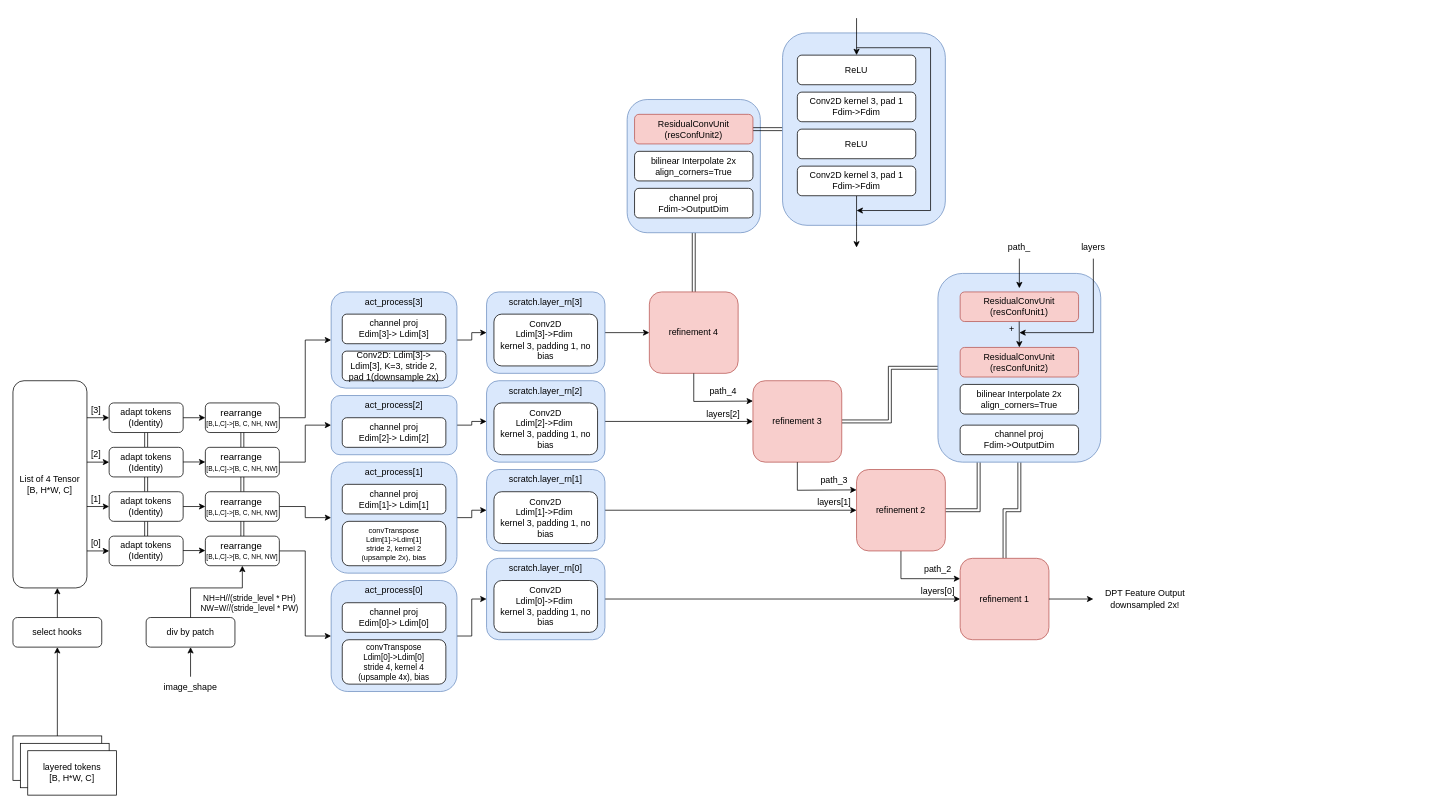
Above: uniception_network_fulltrace.drawio in infinity1096/CV-network-fulltrace (draw.io), before the change. Source tidied: cells renumbered, new cells numbered last; positions are measured from the earlier drawing's top-left corner, leaving out a move shared by most shapes. Both pictures are drawn from the tidied source at 74%, with x=0, y=0 at pixel (13, 18).
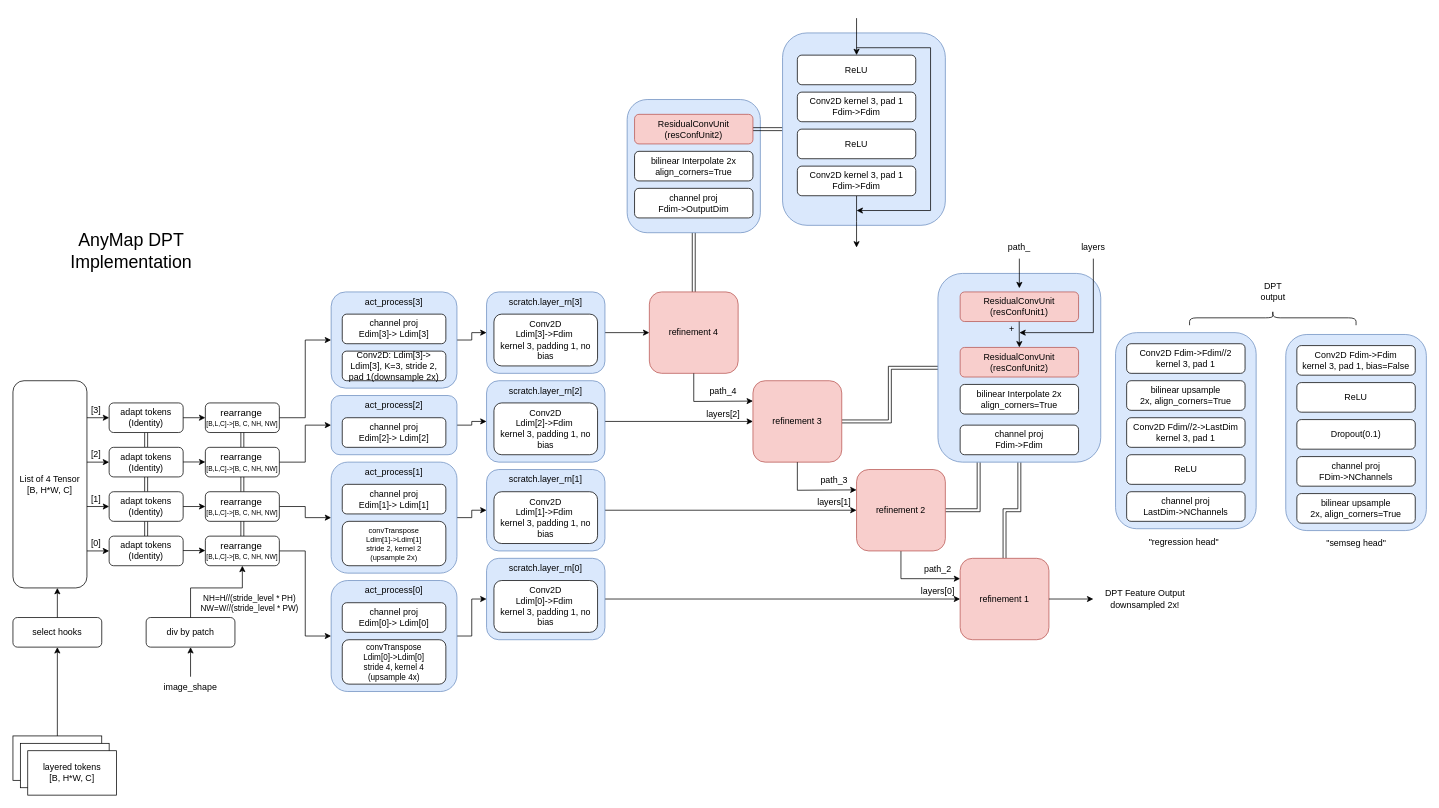
After the change.

What changed in the source:
```diff
@@
-    <mxCell id="53" value="&lt;font style=&quot;font-size: 11px;&quot;&gt;convTranspose&lt;/font&gt;&lt;div&gt;&lt;span style=&quot;font-size: 11px;&quot;&gt;Ldim[0]-&amp;gt;Ldim[0]&lt;br&gt;&lt;/span&gt;&lt;div style=&quot;font-size: 11px;&quot;&gt;&lt;font style=&quot;font-size: 11px;&quot;&gt;stride 4, kernel 4&lt;/font&gt;&lt;/div&gt;&lt;div style=&quot;font-size: 11px;&quot;&gt;&lt;font style=&quot;font-size: 11px;&quot;&gt;(upsample 4x), bias&lt;/font&gt;&lt;/div&gt;&lt;/div&gt;" style="rounded=1;whiteSpace=wrap;html=1;" parent="1" vertex="1">
+    <mxCell id="53" value="&lt;font style=&quot;font-size: 11px;&quot;&gt;convTranspose&lt;/font&gt;&lt;div&gt;&lt;span style=&quot;font-size: 11px;&quot;&gt;Ldim[0]-&amp;gt;Ldim[0]&lt;br&gt;&lt;/span&gt;&lt;div style=&quot;font-size: 11px;&quot;&gt;&lt;font style=&quot;font-size: 11px;&quot;&gt;stride 4, kernel 4&lt;/font&gt;&lt;/div&gt;&lt;div style=&quot;font-size: 11px;&quot;&gt;&lt;font style=&quot;font-size: 11px;&quot;&gt;(upsample 4x)&lt;/font&gt;&lt;/div&gt;&lt;/div&gt;" style="rounded=1;whiteSpace=wrap;html=1;" parent="1" vertex="1">
       <mxGeometry x="445" y="840" width="140" height="60" as="geometry" />
     </mxCell>
@@
-    <mxCell id="55" value="&lt;font style=&quot;font-size: 10px;&quot;&gt;convTranspose&lt;/font&gt;&lt;div style=&quot;font-size: 10px;&quot;&gt;&lt;font style=&quot;font-size: 10px;&quot;&gt;Ldim[1]-&amp;gt;Ldim[1]&lt;br&gt;&lt;/font&gt;&lt;div&gt;&lt;font style=&quot;font-size: 10px;&quot;&gt;stride 2, kernel 2&lt;/font&gt;&lt;/div&gt;&lt;div&gt;&lt;font style=&quot;font-size: 10px;&quot;&gt;(upsample 2x), bias&lt;/font&gt;&lt;/div&gt;&lt;/div&gt;" style="rounded=1;whiteSpace=wrap;html=1;" parent="1" vertex="1">
+    <mxCell id="55" value="&lt;font style=&quot;font-size: 10px;&quot;&gt;convTranspose&lt;/font&gt;&lt;div style=&quot;font-size: 10px;&quot;&gt;&lt;font style=&quot;font-size: 10px;&quot;&gt;Ldim[1]-&amp;gt;Ldim[1]&lt;br&gt;&lt;/font&gt;&lt;div&gt;&lt;font style=&quot;font-size: 10px;&quot;&gt;stride 2, kernel 2&lt;/font&gt;&lt;/div&gt;&lt;div&gt;&lt;font style=&quot;font-size: 10px;&quot;&gt;(upsample 2x)&lt;/font&gt;&lt;/div&gt;&lt;/div&gt;" style="rounded=1;whiteSpace=wrap;html=1;" parent="1" vertex="1">
       <mxGeometry x="445" y="680" width="140" height="60" as="geometry" />
     </mxCell>
@@
-    <mxCell id="111" value="channel proj&lt;div&gt;Fdim-&amp;gt;OutputDim&lt;/div&gt;" style="rounded=1;whiteSpace=wrap;html=1;" parent="1" vertex="1">
+    <mxCell id="111" value="channel proj&lt;div&gt;Fdim-&amp;gt;Fdim&lt;/div&gt;" style="rounded=1;whiteSpace=wrap;html=1;" parent="1" vertex="1">
       <mxGeometry x="1280" y="550" width="160" height="40" as="geometry" />
     </mxCell>
@@
+    <mxCell id="114" value="&lt;font style=&quot;font-size: 24px;&quot;&gt;AnyMap DPT Implementation&lt;/font&gt;" style="text;html=1;align=center;verticalAlign=middle;whiteSpace=wrap;rounded=0;" parent="1" vertex="1">
+      <mxGeometry x="30" y="230" width="260" height="170" as="geometry" />
+    </mxCell>
+    <mxCell id="115" value="DPT output" style="text;html=1;align=center;verticalAlign=middle;whiteSpace=wrap;rounded=0;" parent="1" vertex="1">
+      <mxGeometry x="1672.5" y="355" width="60" height="30" as="geometry" />
+    </mxCell>
+    <mxCell id="116" style="shape=curlyBracket;whiteSpace=wrap;html=1;rounded=1;labelPosition=left;verticalLabelPosition=middle;align=right;verticalAlign=middle;rotation=90;" parent="1" vertex="1">
+      <mxGeometry x="1692.5" y="292.5" width="20" height="225" as="geometry" />
+    </mxCell>
+    <mxCell id="117" style="rounded=1;whiteSpace=wrap;html=1;fillColor=#dae8fc;strokeColor=#6c8ebf;" parent="1" vertex="1">
+      <mxGeometry x="1490" y="425" width="190" height="265" as="geometry" />
+    </mxCell>
+    <mxCell id="118" value="Conv2D Fdim-&amp;gt;Fdim//2&lt;div&gt;kernel 3, pad 1&lt;/div&gt;" style="rounded=1;whiteSpace=wrap;html=1;" parent="1" vertex="1">
+      <mxGeometry x="1505" y="440" width="160" height="40" as="geometry" />
+    </mxCell>
+    <mxCell id="119" value="bilinear upsample&lt;div&gt;2x, align_corners=True&lt;/div&gt;" style="rounded=1;whiteSpace=wrap;html=1;" parent="1" vertex="1">
+      <mxGeometry x="1505" y="490" width="160" height="40" as="geometry" />
+    </mxCell>
+    <mxCell id="120" value="Conv2D Fdim//2-&amp;gt;LastDim&lt;div&gt;kernel 3, pad 1&lt;/div&gt;" style="rounded=1;whiteSpace=wrap;html=1;" parent="1" vertex="1">
+      <mxGeometry x="1505" y="540" width="160" height="40" as="geometry" />
+    </mxCell>
+    <mxCell id="121" value="ReLU" style="rounded=1;whiteSpace=wrap;html=1;" parent="1" vertex="1">
+      <mxGeometry x="1505" y="590" width="160" height="40" as="geometry" />
+    </mxCell>
+    <mxCell id="122" value="channel proj&lt;div&gt;LastDim-&amp;gt;NChannels&lt;/div&gt;" style="rounded=1;whiteSpace=wrap;html=1;" parent="1" vertex="1">
+      <mxGeometry x="1505" y="640" width="160" height="40" as="geometry" />
+    </mxCell>
+    <mxCell id="123" style="rounded=1;whiteSpace=wrap;html=1;fillColor=#dae8fc;strokeColor=#6c8ebf;" parent="1" vertex="1">
+      <mxGeometry x="1720" y="427.5" width="190" height="265" as="geometry" />
+    </mxCell>
+    <mxCell id="124" value="Conv2D Fdim-&amp;gt;Fdim&lt;div&gt;kernel 3, pad 1, bias=False&lt;/div&gt;" style="rounded=1;whiteSpace=wrap;html=1;" parent="1" vertex="1">
+      <mxGeometry x="1735" y="442.5" width="160" height="40" as="geometry" />
+    </mxCell>
+    <mxCell id="125" value="ReLU" style="rounded=1;whiteSpace=wrap;html=1;" parent="1" vertex="1">
+      <mxGeometry x="1735" y="492.5" width="160" height="40" as="geometry" />
+    </mxCell>
+    <mxCell id="126" value="Dropout(0.1)" style="rounded=1;whiteSpace=wrap;html=1;" parent="1" vertex="1">
+      <mxGeometry x="1735" y="542.5" width="160" height="40" as="geometry" />
+    </mxCell>
+    <mxCell id="127" value="channel proj&lt;div&gt;FDim-&amp;gt;NChannels&lt;/div&gt;" style="rounded=1;whiteSpace=wrap;html=1;" parent="1" vertex="1">
+      <mxGeometry x="1735" y="592.5" width="160" height="40" as="geometry" />
+    </mxCell>
+    <mxCell id="128" value="bilinear upsample&lt;div&gt;2x, align_corners=True&lt;/div&gt;" style="rounded=1;whiteSpace=wrap;html=1;" parent="1" vertex="1">
+      <mxGeometry x="1735" y="642.5" width="160" height="40" as="geometry" />
+    </mxCell>
+    <mxCell id="129" value="&quot;regression head&quot;" style="text;html=1;align=center;verticalAlign=middle;whiteSpace=wrap;rounded=0;" parent="1" vertex="1">
+      <mxGeometry x="1505" y="695" width="155" height="25" as="geometry" />
+    </mxCell>
+    <mxCell id="130" value="&quot;semseg head&quot;" style="text;html=1;align=center;verticalAlign=middle;whiteSpace=wrap;rounded=0;" parent="1" vertex="1">
+      <mxGeometry x="1737.5" y="697.5" width="155" height="25" as="geometry" />
+    </mxCell>
```
